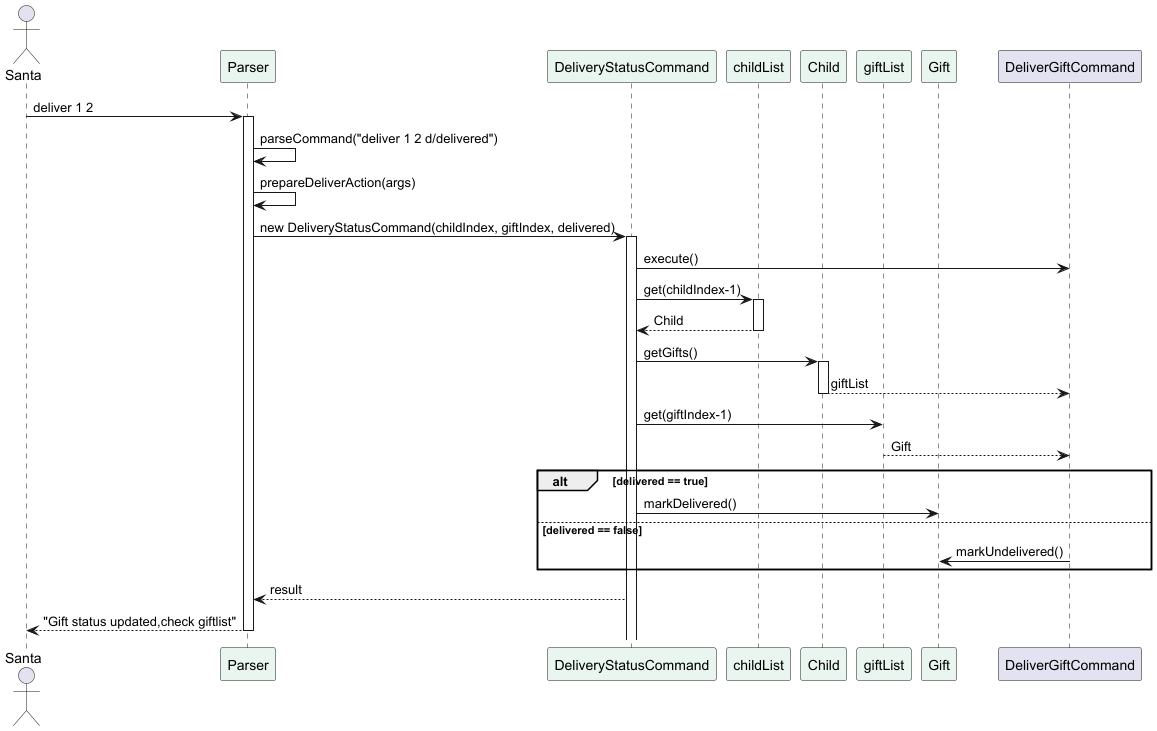
Before: docs/diagrams/DeliveryStatusSequenceDiagram.png, a diagram exported from PlantUML (shrabasti-c/tp).
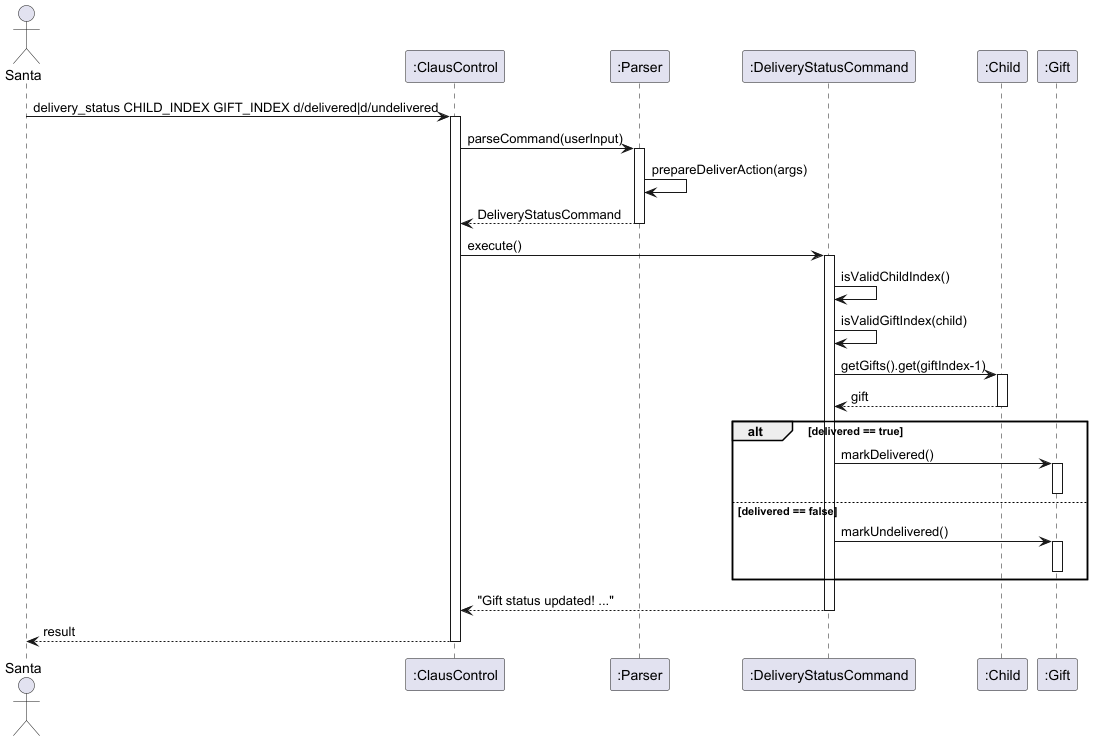
The same diagram one commit later.

Diff of the diagram source:
```diff
@@ -1,47 +1,44 @@
 @startuml
+actor Santa
+participant ":ClausControl" as CC
+participant ":Parser" as Parser
+participant ":DeliveryStatusCommand" as DSC
+participant ":Child" as Child
+participant ":Gift" as Gift
 
-actor Santa
-participant Parser #E9F6EF
-participant DeliveryStatusCommand #E9F6EF
-participant childList #E9F6EF
-participant Child #E9F6EF
-participant giftList #E9F6EF
-participant Gift #E9F6EF
+Santa -> CC : delivery_status CHILD_INDEX GIFT_INDEX d/delivered|d/undelivered
+activate CC
 
-Santa -> Parser : deliver 1 2
+CC -> Parser : parseCommand(userInput)
 activate Parser
+Parser -> Parser : prepareDeliverAction(args)
+Parser --> CC : DeliveryStatusCommand
+deactivate Parser
 
-Parser -> Parser : parseCommand("deliver 1 2 d/delivered")
-Parser -> Parser : prepareDeliverAction(args)
-Parser -> DeliveryStatusCommand : new DeliveryStatusCommand(childIndex, giftIndex, delivered)
+CC -> DSC : execute()
+activate DSC
 
-activate DeliveryStatusCommand
-
-DeliveryStatusCommand -> DeliverGiftCommand : execute()
-
-DeliveryStatusCommand -> childList : get(childIndex-1)
-activate childList
-childList --> DeliveryStatusCommand : Child
-deactivate childList
-
-DeliveryStatusCommand -> Child : getGifts()
+DSC -> DSC : isValidChildIndex()
+DSC -> DSC : isValidGiftIndex(child)
+DSC -> Child : getGifts().get(giftIndex-1)
 activate Child
-Child --> DeliverGiftCommand : giftList
+Child --> DSC : gift
 deactivate Child
 
-DeliveryStatusCommand -> giftList : get(giftIndex-1)
-giftList --> DeliverGiftCommand : Gift
-
 alt delivered == true
-    DeliveryStatusCommand -> Gift : markDelivered()
+    DSC -> Gift : markDelivered()
+    activate Gift
+    deactivate Gift
 else delivered == false
-    DeliverGiftCommand -> Gift : markUndelivered()
+    DSC -> Gift : markUndelivered()
+    activate Gift
+    deactivate Gift
 end
 
-DeliveryStatusCommand --> Parser : result
-deactivate DeliverGiftCommand
+DSC --> CC : "Gift status updated! ..."
+deactivate DSC
 
-Parser --> Santa : "Gift status updated,check giftlist"
-deactivate Parser
+CC --> Santa : result
+deactivate CC
 
 @enduml
```
